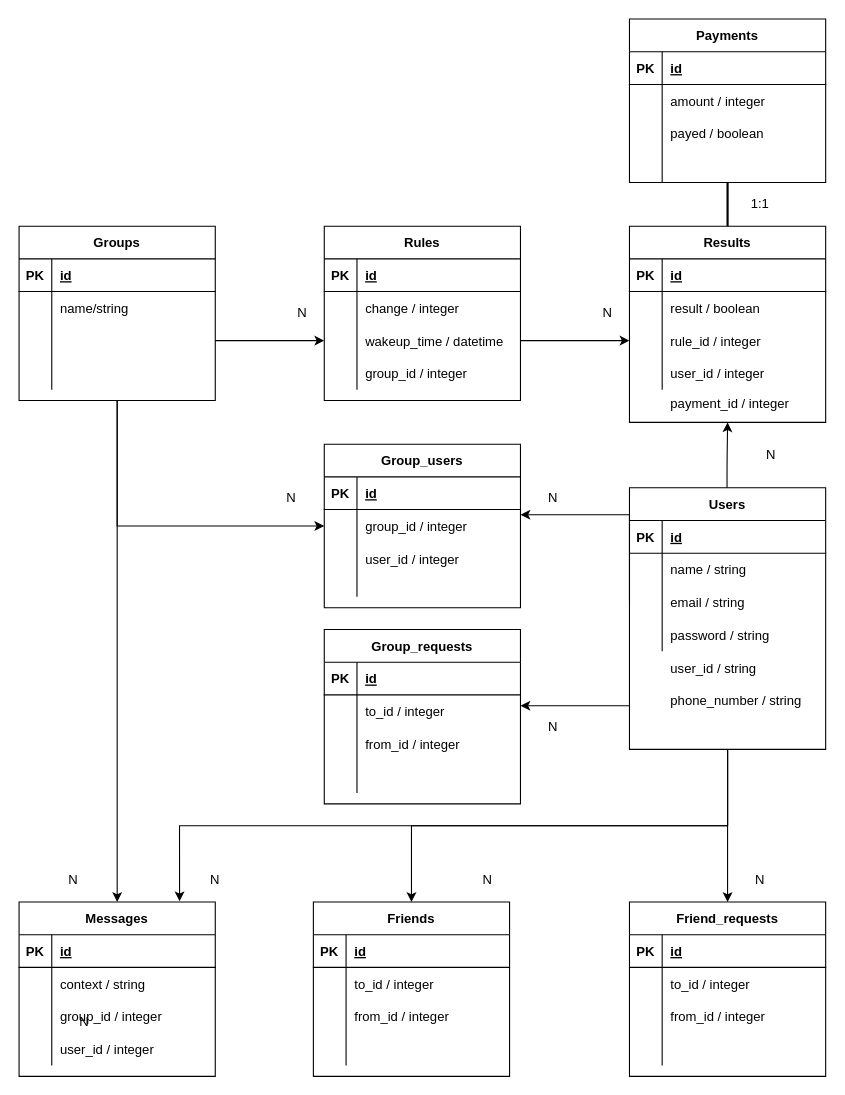
Above: ER.dio in kazuki0122/api (draw.io), before the change. Source tidied: cells renumbered, new cells numbered last; positions are measured from the earlier drawing's top-left corner, leaving out a move shared by most shapes. Both pictures are drawn from the tidied source at 109%, with x=0, y=0 at pixel (19, 19).
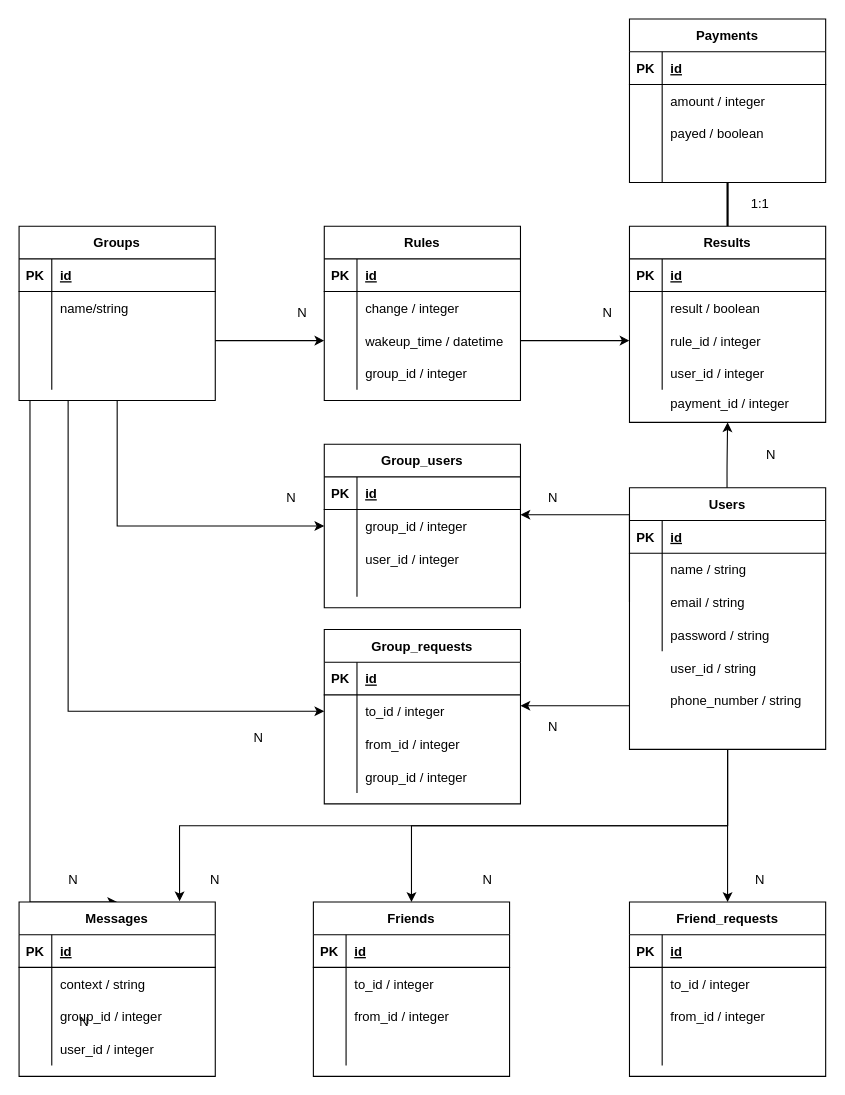
Above is the later version.

Unchanged cells that the change refers to:
```xml
<mxCell id="4" value="Groups" style="shape=table;startSize=30;childLayout=tableLayout;rowLines=0;fontStyle=1;align=center;" parent="1" vertex="1">
  <mxGeometry y="190" width="180" height="160" as="geometry" />
</mxCell>
<mxCell id="72" value="Messages" style="shape=table;startSize=30;childLayout=tableLayout;rowLines=0;fontStyle=1;align=center;" parent="1" vertex="1">
  <mxGeometry y="810" width="180" height="160" as="geometry" />
</mxCell>
<mxCell id="146" value="Group_requests" style="shape=table;startSize=30;childLayout=tableLayout;rowLines=0;fontStyle=1;align=center;" parent="1" vertex="1">
  <mxGeometry x="280" y="560" width="180" height="160" as="geometry" />
</mxCell>
<mxCell id="150" style="shape=partialRectangle;fillColor=none;top=0;left=0;bottom=0;right=0;points=[[0,0.5],[1,0.5]];portConstraint=eastwest;" parent="146" vertex="1">
  <mxGeometry y="60" width="180" height="30" as="geometry" />
</mxCell>
<mxCell id="156" style="shape=partialRectangle;fillColor=none;top=0;left=0;bottom=0;right=0;" parent="146" vertex="1">
  <mxGeometry y="120" width="180" height="30" as="geometry" />
</mxCell>
```

Change to the diagram source:
```diff
@@
     <mxCell id="2" style="edgeStyle=orthogonalEdgeStyle;rounded=0;jettySize=auto;html=1;entryX=0.5;entryY=0;entryDx=0;entryDy=0;" parent="1" edge="1" source="4" target="72">
-      <mxGeometry relative="1" as="geometry" />
+      <mxGeometry relative="1" as="geometry">
+        <Array as="points">
+          <mxPoint x="10" y="810" />
+        </Array>
+      </mxGeometry>
     </mxCell>
@@
-    <mxCell id="153" style="shape=partialRectangle;fillColor=none;top=0;left=0;bottom=0;right=0;" parent="146" vertex="1">
+    <mxCell id="153" style="shape=partialRectangle;fillColor=none;top=0;left=0;bottom=0;right=0;fontStyle=0;" parent="146" vertex="1">
       <mxGeometry y="90" width="180" height="30" as="geometry" />
     </mxCell>
@@
-    <mxCell id="158" style="shape=partialRectangle;fillColor=none;top=0;left=0;bottom=0;right=0;align=left;spacingLeft=6;overflow=hidden;" parent="156" vertex="1">
+    <mxCell id="158" value="group_id / integer" style="shape=partialRectangle;fillColor=none;top=0;left=0;bottom=0;right=0;align=left;spacingLeft=6;overflow=hidden;" parent="156" vertex="1">
       <mxGeometry x="30" width="150" height="30" as="geometry" />
     </mxCell>
@@
+    <mxCell id="162" style="edgeStyle=orthogonalEdgeStyle;rounded=0;jettySize=auto;html=1;exitX=0.25;exitY=1;exitDx=0;exitDy=0;entryX=0;entryY=0.5;entryDx=0;entryDy=0;" parent="1" edge="1" source="4" target="150">
+      <mxGeometry relative="1" as="geometry" />
+    </mxCell>
+    <mxCell id="163" value="N" style="text;html=1;strokeColor=none;fillColor=none;align=center;verticalAlign=middle;whiteSpace=wrap;rounded=0;" parent="1" vertex="1">
+      <mxGeometry x="200" y="650" width="40" height="20" as="geometry" />
+    </mxCell>
```
